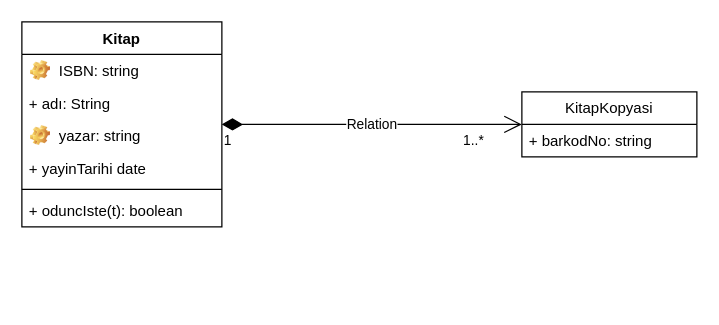
tdursun/oop2026 keeps this draw.io diagram as page "ClassDiyagram" (1 of 2) of okys/doc/OKYS-Design.drawio. Above is the earlier version. Source tidied: cells renumbered, new cells numbered last; positions are measured from the earlier drawing's top-left corner, leaving out a move shared by most shapes. Both pictures are drawn from the tidied source at 125%, with x=0, y=0 at pixel (21, 21).
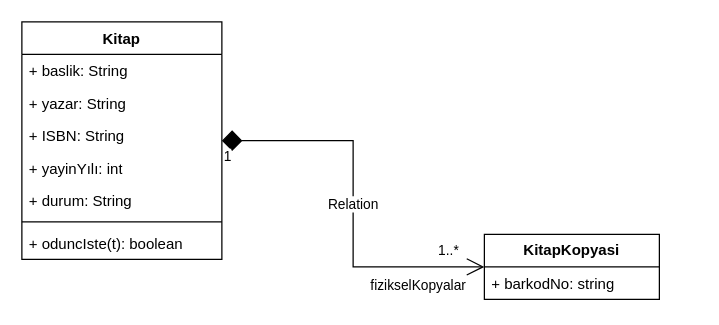
The same page after the edit.

What changed in the source:
```diff
@@
 <mxGraphModel>
   <root>
     <mxCell id="0" />
     <mxCell id="1" parent="0" />
     <mxCell id="2" value="Kitap" style="swimlane;fontStyle=1;align=center;verticalAlign=top;horizontal=1;startSize=26;whiteSpace=wrap;html=1;" parent="1" vertex="1">
-      <mxGeometry width="160" height="164" as="geometry" />
+      <mxGeometry width="160" height="190" as="geometry" />
     </mxCell>
-    <mxCell id="3" value="ISBN: string" style="label;fontStyle=0;strokeColor=none;fillColor=none;align=left;verticalAlign=top;overflow=hidden;spacingLeft=28;spacingRight=4;imageWidth=16;imageHeight=16;whiteSpace=wrap;html=1;image=img/clipart/Gear_128x128.png;" parent="2" vertex="1">
-      <mxGeometry y="26" width="160" height="26" as="geometry" />
-    </mxCell>
-    <mxCell id="4" value="+ adı: String" style="text;strokeColor=none;fillColor=none;align=left;verticalAlign=top;spacingLeft=4;spacingRight=4;overflow=hidden;whiteSpace=wrap;html=1;" parent="2" vertex="1">
-      <mxGeometry y="52" width="160" height="26" as="geometry" />
-    </mxCell>
-    <mxCell id="5" value="yazar: string" style="label;fontStyle=0;strokeColor=none;fillColor=none;align=left;verticalAlign=top;overflow=hidden;spacingLeft=28;spacingRight=4;imageWidth=16;imageHeight=16;whiteSpace=wrap;html=1;image=img/clipart/Gear_128x128.png;" parent="2" vertex="1">
-      <mxGeometry y="78" width="160" height="26" as="geometry" />
-    </mxCell>
+    <mxCell id="14" value="+ baslik: String" style="text;strokeColor=none;fillColor=none;align=left;verticalAlign=top;spacingLeft=4;spacingRight=4;overflow=hidden;whiteSpace=wrap;html=1;" parent="2" vertex="1">
+      <mxGeometry y="26" width="160" height="26" as="geometry" />
+    </mxCell>
+    <mxCell id="15" value="+ yazar: String" style="text;strokeColor=none;fillColor=none;align=left;verticalAlign=top;spacingLeft=4;spacingRight=4;overflow=hidden;whiteSpace=wrap;html=1;" parent="2" vertex="1">
+      <mxGeometry y="52" width="160" height="26" as="geometry" />
+    </mxCell>
+    <mxCell id="16" value="+ ISBN: String" style="text;strokeColor=none;fillColor=none;align=left;verticalAlign=top;spacingLeft=4;spacingRight=4;overflow=hidden;whiteSpace=wrap;html=1;" parent="2" vertex="1">
+      <mxGeometry y="78" width="160" height="26" as="geometry" />
+    </mxCell>
-    <mxCell id="6" value="+ yayinTarihi date" style="text;strokeColor=none;fillColor=none;align=left;verticalAlign=top;spacingLeft=4;spacingRight=4;overflow=hidden;whiteSpace=wrap;html=1;" parent="2" vertex="1">
+    <mxCell id="6" value="+ yayinYılı: int" style="text;strokeColor=none;fillColor=none;align=left;verticalAlign=top;spacingLeft=4;spacingRight=4;overflow=hidden;whiteSpace=wrap;html=1;" parent="2" vertex="1">
       <mxGeometry y="104" width="160" height="26" as="geometry" />
     </mxCell>
+    <mxCell id="17" value="+ durum: String" style="text;strokeColor=none;fillColor=none;align=left;verticalAlign=top;spacingLeft=4;spacingRight=4;overflow=hidden;whiteSpace=wrap;html=1;" parent="2" vertex="1">
+      <mxGeometry y="130" width="160" height="26" as="geometry" />
+    </mxCell>
     <mxCell id="7" style="line;strokeWidth=1;fillColor=none;align=left;verticalAlign=middle;spacingTop=-1;spacingLeft=3;spacingRight=3;labelPosition=right;strokeColor=inherit;" parent="2" vertex="1">
-      <mxGeometry y="130" width="160" height="8" as="geometry" />
+      <mxGeometry y="156" width="160" height="8" as="geometry" />
     </mxCell>
     <mxCell id="8" value="+ oduncIste(t): boolean" style="text;strokeColor=none;fillColor=none;align=left;verticalAlign=top;spacingLeft=4;spacingRight=4;overflow=hidden;whiteSpace=wrap;html=1;" parent="2" vertex="1">
-      <mxGeometry y="138" width="160" height="26" as="geometry" />
+      <mxGeometry y="164" width="160" height="26" as="geometry" />
     </mxCell>
-    <mxCell id="9" value="KitapKopyasi" style="swimlane;fontStyle=0;horizontal=1;startSize=26;fillColor=none;whiteSpace=wrap;html=1;" parent="1" vertex="1">
-      <mxGeometry x="400" y="56" width="140" height="52" as="geometry" />
+    <mxCell id="9" value="&lt;b&gt;KitapKopyasi&lt;/b&gt;" style="swimlane;fontStyle=0;horizontal=1;startSize=26;fillColor=none;whiteSpace=wrap;html=1;" parent="1" vertex="1">
+      <mxGeometry x="370" y="170" width="140" height="52" as="geometry" />
     </mxCell>
     <mxCell id="10" value="+ barkodNo: string" style="text;strokeColor=none;fillColor=none;align=left;verticalAlign=top;spacingLeft=4;spacingRight=4;overflow=hidden;whiteSpace=wrap;html=1;" parent="9" vertex="1">
       <mxGeometry y="26" width="140" height="26" as="geometry" />
     </mxCell>
-    <mxCell id="11" value="Relation" style="endArrow=open;html=1;endSize=12;startArrow=diamondThin;startSize=14;startFill=1;edgeStyle=orthogonalEdgeStyle;rounded=0;" parent="1" edge="1" source="2" target="9">
+    <mxCell id="11" value="Relation" style="endArrow=open;html=1;endSize=12;startArrow=diamond;startSize=14;startFill=1;edgeStyle=orthogonalEdgeStyle;rounded=0;" parent="1" edge="1" source="2" target="9">
       <mxGeometry relative="1" as="geometry" />
     </mxCell>
     <mxCell id="12" value="1" style="edgeLabel;html=1;align=left;verticalAlign=top;" parent="11" vertex="1">
       <mxGeometry x="-1" relative="1" as="geometry" />
     </mxCell>
     <mxCell id="13" value="1..*" style="edgeLabel;html=1;align=right;verticalAlign=top;" parent="11" vertex="1">
       <mxGeometry x="1" relative="1" as="geometry">
-        <mxPoint x="-30" as="offset" />
+        <mxPoint x="-20" y="-26" as="offset" />
       </mxGeometry>
     </mxCell>
+    <mxCell id="18" value="fizikselKopyalar" style="edgeLabel;html=1;align=center;verticalAlign=middle;" parent="11" vertex="1">
+      <mxGeometry x="0.81" y="-1" relative="1" as="geometry">
+        <mxPoint x="-24" y="13" as="offset" />
+      </mxGeometry>
+    </mxCell>
   </root>
 </mxGraphModel>
```
